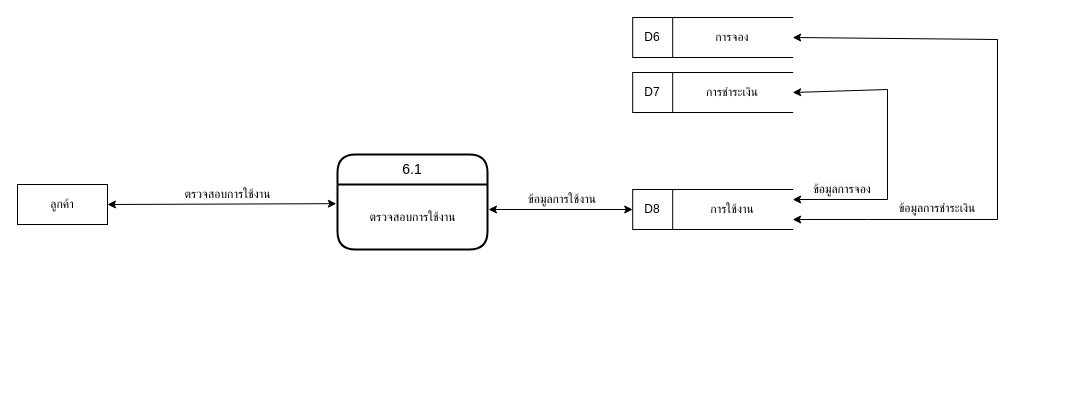
Before: docx/diagrams/dataflow-lvl1-6.drawio in MrLuciana/devaree_project, a draw.io diagram. Source tidied: cells renumbered, new cells numbered last; positions are measured from the earlier drawing's top-left corner, leaving out a move shared by most shapes. Both pictures are drawn from the tidied source at 100%, with x=0, y=0 at pixel (17, 17).
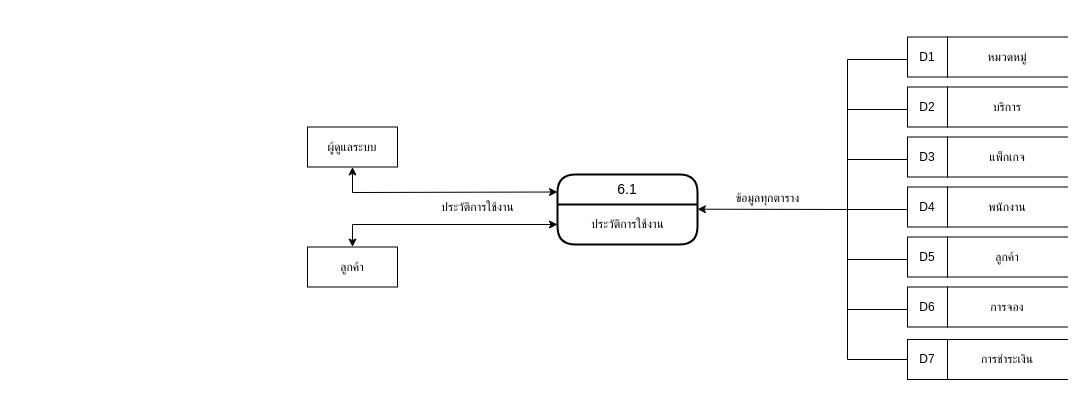
After the change.

Change to the diagram source:
```diff
@@
+    <mxCell id="4" value="ลูกค้า" style="rounded=0;whiteSpace=wrap;html=1;" parent="1" vertex="1">
+      <mxGeometry x="290" y="229.5" width="90" height="40" as="geometry" />
+    </mxCell>
     <mxCell id="2" value="6.1" style="swimlane;horizontal=1;startSize=30;rounded=1;fontSize=14;fontStyle=0;strokeWidth=2;shadow=0;dashed=0;align=center;arcSize=20;whiteSpace=wrap;html=1;swimlaneLine=1;glass=0;" parent="1" vertex="1">
-      <mxGeometry x="320" y="137" width="150" height="95" as="geometry" />
+      <mxGeometry x="540" y="157" width="140" height="70" as="geometry" />
     </mxCell>
-    <mxCell id="3" value="ตรวจสอบการใช้งาน" style="text;html=1;align=center;verticalAlign=middle;points=[];strokeColor=none;fillColor=none;" parent="2" vertex="1">
-      <mxGeometry y="30" width="150" height="65" as="geometry" />
-    </mxCell>
-    <mxCell id="4" value="ลูกค้า" style="rounded=0;whiteSpace=wrap;html=1;" parent="1" vertex="1">
-      <mxGeometry y="167" width="90" height="40" as="geometry" />
-    </mxCell>
-    <mxCell id="5" style="endArrow=classic;startArrow=classic;html=1;rounded=0;exitX=1;exitY=0.5;exitDx=0;exitDy=0;entryX=-0.008;entryY=0.295;entryDx=0;entryDy=0;entryPerimeter=0;" parent="1" edge="1" source="4" target="3">
-      <mxGeometry relative="1" as="geometry" />
-    </mxCell>
-    <mxCell id="6" value="ตรวจสอบการใช้งาน" style="text;html=1;align=center;verticalAlign=middle;strokeColor=none;fillColor=none;" parent="1" vertex="1">
-      <mxGeometry x="150" y="162" width="120" height="30" as="geometry" />
-    </mxCell>
+    <mxCell id="19" value="ประวัติการใช้งาน" style="text;html=1;align=center;verticalAlign=middle;strokeColor=none;fillColor=none;" parent="2" vertex="1">
+      <mxGeometry y="30" width="140" height="40" as="geometry" />
+    </mxCell>
+    <mxCell id="20" value="ประวัติการใช้งาน" style="text;html=1;align=center;verticalAlign=middle;strokeColor=none;fillColor=none;" parent="1" vertex="1">
+      <mxGeometry x="410" y="174.5" width="100" height="30" as="geometry" />
+    </mxCell>
+    <mxCell id="21" style="endArrow=classic;startArrow=classic;html=1;rounded=0;exitX=0.5;exitY=0;exitDx=0;exitDy=0;" parent="1" edge="1" source="4">
+      <mxGeometry relative="1" as="geometry">
+        <mxPoint x="540" y="207" as="targetPoint" />
+        <Array as="points">
+          <mxPoint x="335" y="207" />
+        </Array>
+      </mxGeometry>
+    </mxCell>
+    <mxCell id="22" style="endArrow=classic;startArrow=classic;html=1;rounded=0;entryX=0;entryY=0.25;entryDx=0;entryDy=0;exitX=0.5;exitY=1;exitDx=0;exitDy=0;" parent="1" edge="1" source="23" target="2">
+      <mxGeometry relative="1" as="geometry">
+        <Array as="points">
+          <mxPoint x="335" y="175" />
+        </Array>
+      </mxGeometry>
+    </mxCell>
+    <mxCell id="23" value="ผู้ดูแลระบบ" style="rounded=0;whiteSpace=wrap;html=1;" parent="1" vertex="1">
+      <mxGeometry x="290" y="109.5" width="90" height="40" as="geometry" />
+    </mxCell>
+    <mxCell id="24" value="หมวดหมู่" style="shape=partialRectangle;whiteSpace=wrap;html=1;left=0;right=0;fillColor=none;" parent="1" vertex="1">
+      <mxGeometry x="930" y="19.5" width="120" height="40" as="geometry" />
+    </mxCell>
+    <mxCell id="25" value="D1" style="rounded=0;whiteSpace=wrap;html=1;" parent="1" vertex="1">
+      <mxGeometry x="890" y="19.5" width="40" height="40" as="geometry" />
+    </mxCell>
+    <mxCell id="26" value="บริการ" style="shape=partialRectangle;whiteSpace=wrap;html=1;left=0;right=0;fillColor=none;" parent="1" vertex="1">
+      <mxGeometry x="930" y="69.5" width="120" height="40" as="geometry" />
+    </mxCell>
+    <mxCell id="27" value="D2" style="rounded=0;whiteSpace=wrap;html=1;" parent="1" vertex="1">
+      <mxGeometry x="890" y="69.5" width="40" height="40" as="geometry" />
+    </mxCell>
+    <mxCell id="28" value="แพ็กเกจ" style="shape=partialRectangle;whiteSpace=wrap;html=1;left=0;right=0;fillColor=none;" parent="1" vertex="1">
+      <mxGeometry x="930" y="119.5" width="120" height="40" as="geometry" />
+    </mxCell>
+    <mxCell id="29" value="D3" style="rounded=0;whiteSpace=wrap;html=1;" parent="1" vertex="1">
+      <mxGeometry x="890" y="119.5" width="40" height="40" as="geometry" />
+    </mxCell>
+    <mxCell id="30" value="พนักงาน" style="shape=partialRectangle;whiteSpace=wrap;html=1;left=0;right=0;fillColor=none;" parent="1" vertex="1">
+      <mxGeometry x="930" y="169.5" width="120" height="40" as="geometry" />
+    </mxCell>
+    <mxCell id="31" value="D4" style="rounded=0;whiteSpace=wrap;html=1;" parent="1" vertex="1">
+      <mxGeometry x="890" y="169.5" width="40" height="40" as="geometry" />
+    </mxCell>
     <mxCell id="7" value="การจอง" style="shape=partialRectangle;whiteSpace=wrap;html=1;left=0;right=0;fillColor=none;" parent="1" vertex="1">
-      <mxGeometry x="655.2" width="120" height="40" as="geometry" />
+      <mxGeometry x="930" y="269.5" width="120" height="40" as="geometry" />
     </mxCell>
     <mxCell id="8" value="D6" style="rounded=0;whiteSpace=wrap;html=1;" parent="1" vertex="1">
-      <mxGeometry x="615.2" width="40" height="40" as="geometry" />
+      <mxGeometry x="890" y="269.5" width="40" height="40" as="geometry" />
     </mxCell>
+    <mxCell id="32" value="ลูกค้า" style="shape=partialRectangle;whiteSpace=wrap;html=1;left=0;right=0;fillColor=none;" parent="1" vertex="1">
+      <mxGeometry x="930" y="219.5" width="120" height="40" as="geometry" />
+    </mxCell>
+    <mxCell id="33" value="D5" style="rounded=0;whiteSpace=wrap;html=1;" parent="1" vertex="1">
+      <mxGeometry x="890" y="219.5" width="40" height="40" as="geometry" />
+    </mxCell>
     <mxCell id="9" value="การชำระเงิน" style="shape=partialRectangle;whiteSpace=wrap;html=1;left=0;right=0;fillColor=none;" parent="1" vertex="1">
-      <mxGeometry x="655.2" y="55" width="120" height="40" as="geometry" />
+      <mxGeometry x="930" y="322" width="120" height="40" as="geometry" />
     </mxCell>
     <mxCell id="10" value="D7" style="rounded=0;whiteSpace=wrap;html=1;" parent="1" vertex="1">
-      <mxGeometry x="615.2" y="55" width="40" height="40" as="geometry" />
+      <mxGeometry x="890" y="322" width="40" height="40" as="geometry" />
     </mxCell>
-    <mxCell id="11" value="การใช้งาน" style="shape=partialRectangle;whiteSpace=wrap;html=1;left=0;right=0;fillColor=none;" parent="1" vertex="1">
-      <mxGeometry x="655.2" y="172" width="120" height="40" as="geometry" />
-    </mxCell>
-    <mxCell id="12" value="D8" style="rounded=0;whiteSpace=wrap;html=1;" parent="1" vertex="1">
-      <mxGeometry x="615.2" y="172" width="40" height="40" as="geometry" />
-    </mxCell>
-    <mxCell id="13" style="endArrow=classic;startArrow=classic;html=1;rounded=0;entryX=1;entryY=0.5;entryDx=0;entryDy=0;exitX=1;exitY=0.75;exitDx=0;exitDy=0;" parent="1" edge="1" source="11" target="7">
-      <mxGeometry relative="1" as="geometry">
-        <Array as="points">
-          <mxPoint x="850" y="202" />
-          <mxPoint x="980" y="202" />
-          <mxPoint x="980" y="22" />
-        </Array>
-      </mxGeometry>
-    </mxCell>
-    <mxCell id="14" style="endArrow=classic;startArrow=classic;html=1;rounded=0;entryX=1;entryY=0.5;entryDx=0;entryDy=0;exitX=1;exitY=0.25;exitDx=0;exitDy=0;" parent="1" edge="1" source="11" target="9">
-      <mxGeometry relative="1" as="geometry">
-        <Array as="points">
-          <mxPoint x="870" y="182" />
-          <mxPoint x="870" y="72" />
-        </Array>
-      </mxGeometry>
-    </mxCell>
-    <mxCell id="15" value="&lt;span style=&quot;color: rgb(0, 0, 0); font-family: Helvetica; font-size: 12px; font-style: normal; font-variant-ligatures: normal; font-variant-caps: normal; font-weight: 400; letter-spacing: normal; orphans: 2; text-indent: 0px; text-transform: none; widows: 2; word-spacing: 0px; -webkit-text-stroke-width: 0px; white-space: normal; background-color: rgb(251, 251, 251); text-decoration-thickness: initial; text-decoration-style: initial; text-decoration-color: initial; float: none; display: inline !important;&quot;&gt;ข้อมูลการชำระเงิน&lt;/span&gt;" style="text;whiteSpace=wrap;html=1;verticalAlign=middle;align=center;" parent="1" vertex="1">
-      <mxGeometry x="870" y="167" width="100" height="48" as="geometry" />
-    </mxCell>
-    <mxCell id="16" value="&lt;span style=&quot;color: rgb(0, 0, 0); font-family: Helvetica; font-size: 12px; font-style: normal; font-variant-ligatures: normal; font-variant-caps: normal; font-weight: 400; letter-spacing: normal; orphans: 2; text-indent: 0px; text-transform: none; widows: 2; word-spacing: 0px; -webkit-text-stroke-width: 0px; white-space: normal; background-color: rgb(251, 251, 251); text-decoration-thickness: initial; text-decoration-style: initial; text-decoration-color: initial; float: none; display: inline !important;&quot;&gt;ข้อมูลการจอง&lt;/span&gt;" style="text;whiteSpace=wrap;html=1;verticalAlign=middle;align=center;" parent="1" vertex="1">
-      <mxGeometry x="780" y="152" width="90" height="40" as="geometry" />
-    </mxCell>
-    <mxCell id="17" value="&lt;span style=&quot;color: rgb(0, 0, 0); font-family: Helvetica; font-size: 12px; font-style: normal; font-variant-ligatures: normal; font-variant-caps: normal; font-weight: 400; letter-spacing: normal; orphans: 2; text-indent: 0px; text-transform: none; widows: 2; word-spacing: 0px; -webkit-text-stroke-width: 0px; white-space: normal; background-color: rgb(251, 251, 251); text-decoration-thickness: initial; text-decoration-style: initial; text-decoration-color: initial; float: none; display: inline !important;&quot;&gt;ข้อมูลการใช้งาน&lt;/span&gt;" style="text;whiteSpace=wrap;html=1;verticalAlign=middle;align=center;" parent="1" vertex="1">
-      <mxGeometry x="500" y="162" width="90" height="40" as="geometry" />
-    </mxCell>
-    <mxCell id="18" style="endArrow=classic;startArrow=classic;html=1;rounded=0;entryX=0;entryY=0.5;entryDx=0;entryDy=0;exitX=1.009;exitY=0.218;exitDx=0;exitDy=0;exitPerimeter=0;" parent="1" edge="1" target="12">
-      <mxGeometry relative="1" as="geometry">
-        <mxPoint x="471" y="192" as="sourcePoint" />
-      </mxGeometry>
-    </mxCell>
+    <mxCell id="34" style="endArrow=classic;html=1;rounded=0;entryX=1;entryY=0.5;entryDx=0;entryDy=0;" parent="1" edge="1">
+      <mxGeometry relative="1" as="geometry">
+        <mxPoint x="830" y="192" as="sourcePoint" />
+        <mxPoint x="680" y="191.7" as="targetPoint" />
+      </mxGeometry>
+    </mxCell>
+    <mxCell id="35" style="endArrow=none;html=1;rounded=0;entryX=0;entryY=0.5;entryDx=0;entryDy=0;exitX=0;exitY=0.5;exitDx=0;exitDy=0;" parent="1" edge="1">
+      <mxGeometry relative="1" as="geometry">
+        <mxPoint x="890" y="292" as="sourcePoint" />
+        <mxPoint x="890" y="42" as="targetPoint" />
+        <Array as="points">
+          <mxPoint x="830" y="292" />
+          <mxPoint x="830" y="42" />
+        </Array>
+      </mxGeometry>
+    </mxCell>
+    <mxCell id="36" style="endArrow=none;html=1;rounded=0;entryX=0;entryY=0.5;entryDx=0;entryDy=0;exitX=0;exitY=0.5;exitDx=0;exitDy=0;" parent="1" edge="1">
+      <mxGeometry relative="1" as="geometry">
+        <mxPoint x="890" y="242" as="sourcePoint" />
+        <mxPoint x="890" y="92" as="targetPoint" />
+        <Array as="points">
+          <mxPoint x="830" y="242" />
+          <mxPoint x="830" y="92" />
+        </Array>
+      </mxGeometry>
+    </mxCell>
+    <mxCell id="37" style="endArrow=none;html=1;rounded=0;entryX=0;entryY=0.5;entryDx=0;entryDy=0;exitX=0;exitY=0.5;exitDx=0;exitDy=0;" parent="1" edge="1">
+      <mxGeometry relative="1" as="geometry">
+        <mxPoint x="890" y="192" as="sourcePoint" />
+        <mxPoint x="890" y="142" as="targetPoint" />
+        <Array as="points">
+          <mxPoint x="830" y="192" />
+          <mxPoint x="830" y="142" />
+        </Array>
+      </mxGeometry>
+    </mxCell>
+    <mxCell id="38" value="ข้อมูลทุกตาราง" style="text;html=1;align=center;verticalAlign=bottom;strokeColor=none;fillColor=none;" parent="1" vertex="1">
+      <mxGeometry x="700" y="159.5" width="100" height="30" as="geometry" />
+    </mxCell>
+    <mxCell id="39" style="endArrow=none;html=1;rounded=0;entryX=0;entryY=0.5;entryDx=0;entryDy=0;" parent="1" edge="1" target="10">
+      <mxGeometry relative="1" as="geometry">
+        <mxPoint x="830" y="292" as="sourcePoint" />
+        <Array as="points">
+          <mxPoint x="830" y="342" />
+        </Array>
+      </mxGeometry>
+    </mxCell>
```
